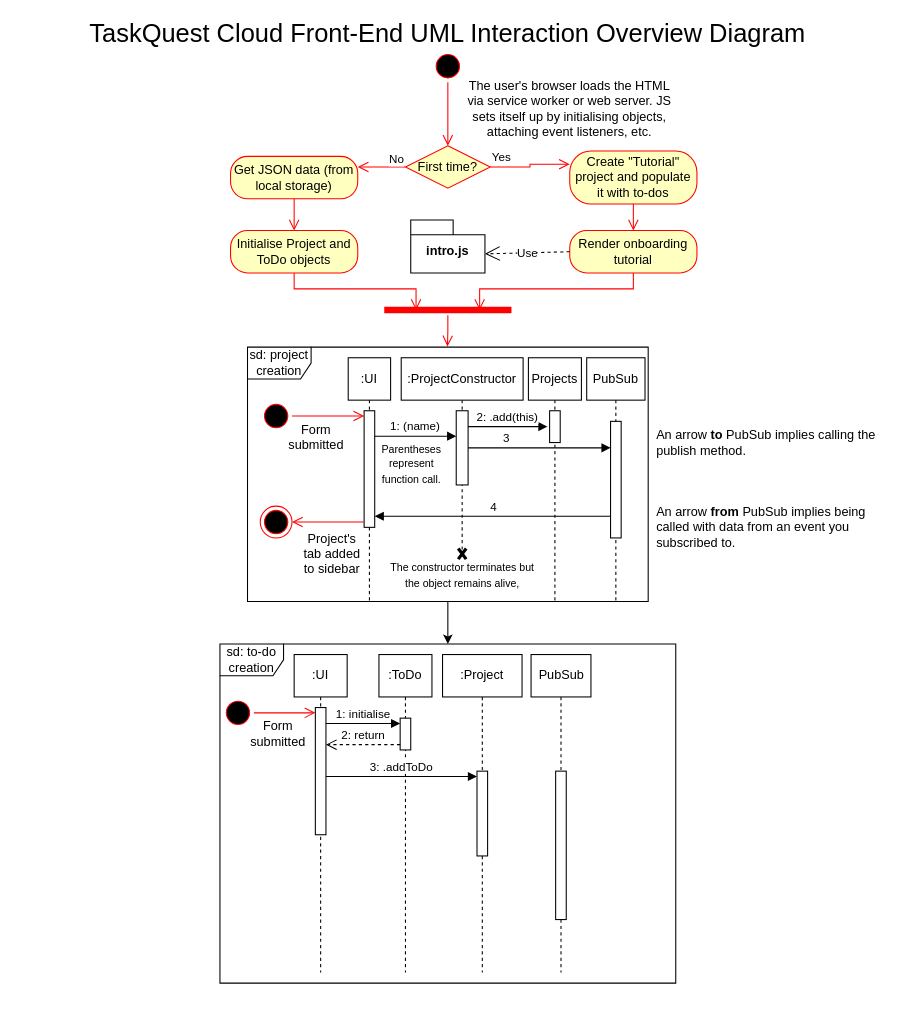
Earlier version of the draw.io diagram TaskQuest-Cloud-UML-Interaction-Overview-Diagram.drawio (Ariel-Mutebi/Denarius). Source tidied: cells renumbered, new cells numbered last; positions are measured from the earlier drawing's top-left corner, leaving out a move shared by most shapes. Both pictures are drawn from the tidied source at 106%, with x=0, y=0 at pixel (82, 18).
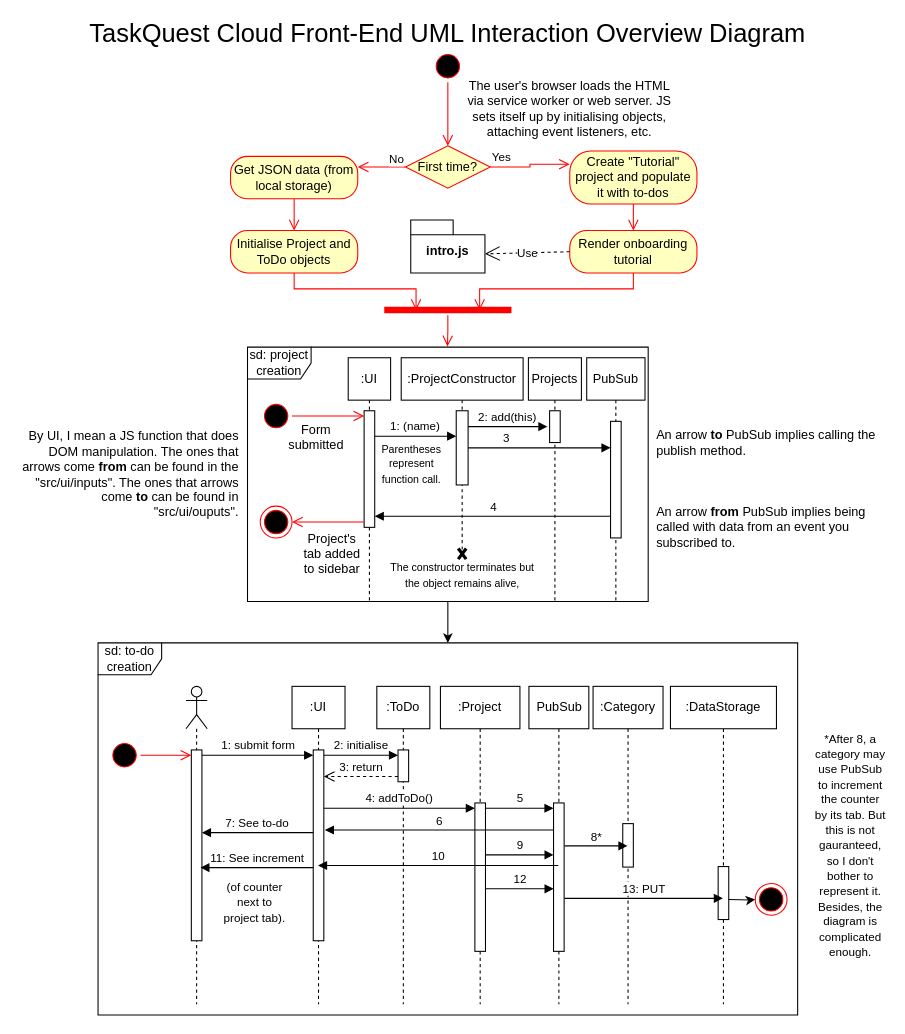
After the change.

Commit message (it also covers changes not shown here):
to-do creation sequence diagram (added to interaction diagram)

The change refers to these unchanged cells:
```xml
<mxCell id="27" style="html=1;points=[[0,0,0,0,5],[0,1,0,0,-5],[1,0,0,0,5],[1,1,0,0,-5]];perimeter=orthogonalPerimeter;outlineConnect=0;targetShapes=umlLifeline;portConstraint=eastwest;newEdgeStyle={&quot;curved&quot;:0,&quot;rounded&quot;:0};" parent="26" vertex="1">
  <mxGeometry x="51.9" y="50" width="11.2" height="70" as="geometry" />
</mxCell>
<mxCell id="33" style="html=1;points=[[0,0,0,0,5],[0,1,0,0,-5],[1,0,0,0,5],[1,1,0,0,-5]];perimeter=orthogonalPerimeter;outlineConnect=0;targetShapes=umlLifeline;portConstraint=eastwest;newEdgeStyle={&quot;curved&quot;:0,&quot;rounded&quot;:0};" parent="32" vertex="1">
  <mxGeometry x="20" y="50" width="10" height="30" as="geometry" />
</mxCell>
<mxCell id="48" style="html=1;points=[[0,0,0,0,5],[0,1,0,0,-5],[1,0,0,0,5],[1,1,0,0,-5]];perimeter=orthogonalPerimeter;outlineConnect=0;targetShapes=umlLifeline;portConstraint=eastwest;newEdgeStyle={&quot;curved&quot;:0,&quot;rounded&quot;:0};" parent="47" vertex="1">
  <mxGeometry x="20" y="60" width="10" height="30" as="geometry" />
</mxCell>
<mxCell id="58" style="html=1;points=[[0,0,0,0,5],[0,1,0,0,-5],[1,0,0,0,5],[1,1,0,0,-5]];perimeter=orthogonalPerimeter;outlineConnect=0;targetShapes=umlLifeline;portConstraint=eastwest;newEdgeStyle={&quot;curved&quot;:0,&quot;rounded&quot;:0};" parent="57" vertex="1">
  <mxGeometry x="23.2" y="110" width="10" height="140" as="geometry" />
</mxCell>
```

Change to the diagram source:
```diff
@@
-    <mxCell id="34" value="2: .add(this)" style="html=1;verticalAlign=bottom;endArrow=block;curved=0;rounded=0;entryX=-0.2;entryY=0.5;entryDx=0;entryDy=0;entryPerimeter=0;" parent="1" edge="1" source="27" target="33">
+    <mxCell id="34" value="2: add(this)" style="html=1;verticalAlign=bottom;endArrow=block;curved=0;rounded=0;entryX=-0.2;entryY=0.5;entryDx=0;entryDy=0;entryPerimeter=0;" parent="1" edge="1" source="27" target="33">
       <mxGeometry relative="1" as="geometry" />
     </mxCell>
@@
     <mxCell id="41" value="sd: to-do creation" style="shape=umlFrame;whiteSpace=wrap;html=1;" parent="1" vertex="1">
-      <mxGeometry x="130" y="590" width="430" height="320" as="geometry" />
+      <mxGeometry x="15" y="589" width="660" height="351" as="geometry" />
     </mxCell>
-    <mxCell id="42" style="ellipse;html=1;shape=startState;fillColor=#000000;strokeColor=#ff0000;" parent="1" vertex="1">
-      <mxGeometry x="132" y="640" width="30" height="30" as="geometry" />
-    </mxCell>
-    <mxCell id="43" style="edgeStyle=orthogonalEdgeStyle;html=1;verticalAlign=bottom;endArrow=open;endSize=8;strokeColor=#ff0000;rounded=0;entryX=0;entryY=0;entryDx=0;entryDy=5;entryPerimeter=0;" parent="1" edge="1" source="42" target="45">
-      <mxGeometry relative="1" as="geometry" />
-    </mxCell>
     <mxCell id="44" value=":UI" style="shape=umlLifeline;perimeter=lifelinePerimeter;whiteSpace=wrap;html=1;newEdgeStyle={&quot;curved&quot;:0,&quot;rounded&quot;:0};" parent="1" vertex="1">
-      <mxGeometry x="200" y="600" width="50" height="300" as="geometry" />
+      <mxGeometry x="198" y="630" width="50" height="300" as="geometry" />
     </mxCell>
     <mxCell id="45" style="html=1;points=[[0,0,0,0,5],[0,1,0,0,-5],[1,0,0,0,5],[1,1,0,0,-5]];perimeter=orthogonalPerimeter;outlineConnect=0;targetShapes=umlLifeline;portConstraint=eastwest;newEdgeStyle={&quot;curved&quot;:0,&quot;rounded&quot;:0};" parent="44" vertex="1">
-      <mxGeometry x="20" y="50" width="10" height="120" as="geometry" />
+      <mxGeometry x="20" y="60" width="10" height="180" as="geometry" />
     </mxCell>
-    <mxCell id="46" value="Form submitted" style="text;html=1;align=center;verticalAlign=middle;whiteSpace=wrap;rounded=0;" parent="1" vertex="1">
-      <mxGeometry x="155" y="660" width="60" height="30" as="geometry" />
-    </mxCell>
     <mxCell id="47" value=":ToDo" style="shape=umlLifeline;perimeter=lifelinePerimeter;whiteSpace=wrap;html=1;newEdgeStyle={&quot;curved&quot;:0,&quot;rounded&quot;:0};" parent="1" vertex="1">
-      <mxGeometry x="280" y="600" width="50" height="300" as="geometry" />
+      <mxGeometry x="278" y="630" width="50" height="300" as="geometry" />
     </mxCell>
@@
-    <mxCell id="49" value="1: initialise" style="html=1;verticalAlign=bottom;endArrow=block;curved=0;rounded=0;entryX=0;entryY=0;entryDx=0;entryDy=5;" parent="1" edge="1" source="45" target="48">
+    <mxCell id="49" value="2: initialise" style="html=1;verticalAlign=bottom;endArrow=block;curved=0;rounded=0;entryX=0;entryY=0;entryDx=0;entryDy=5;" parent="1" edge="1" source="45" target="48">
       <mxGeometry relative="1" as="geometry" />
     </mxCell>
-    <mxCell id="50" value="2: return" style="html=1;verticalAlign=bottom;endArrow=open;dashed=1;endSize=8;curved=0;rounded=0;exitX=0;exitY=1;exitDx=0;exitDy=-5;exitPerimeter=0;" parent="1" edge="1" source="48" target="45">
+    <mxCell id="50" value="3: return" style="html=1;verticalAlign=bottom;endArrow=open;dashed=1;endSize=8;curved=0;rounded=0;exitX=0;exitY=1;exitDx=0;exitDy=-5;exitPerimeter=0;" parent="1" edge="1" source="48" target="45">
       <mxGeometry relative="1" as="geometry" />
     </mxCell>
     <mxCell id="51" value=":Project" style="shape=umlLifeline;perimeter=lifelinePerimeter;whiteSpace=wrap;html=1;newEdgeStyle={&quot;curved&quot;:0,&quot;rounded&quot;:0};" parent="1" vertex="1">
-      <mxGeometry x="340" y="600" width="75" height="300" as="geometry" />
+      <mxGeometry x="338" y="630" width="75" height="300" as="geometry" />
     </mxCell>
     <mxCell id="52" style="html=1;points=[[0,0,0,0,5],[0,1,0,0,-5],[1,0,0,0,5],[1,1,0,0,-5]];perimeter=orthogonalPerimeter;outlineConnect=0;targetShapes=umlLifeline;portConstraint=eastwest;newEdgeStyle={&quot;curved&quot;:0,&quot;rounded&quot;:0};" parent="51" vertex="1">
-      <mxGeometry x="32.5" y="110" width="10" height="80" as="geometry" />
+      <mxGeometry x="32.5" y="110" width="10" height="140" as="geometry" />
     </mxCell>
-    <mxCell id="53" value="3: .addToDo" style="html=1;verticalAlign=bottom;endArrow=block;curved=0;rounded=0;entryX=0;entryY=0;entryDx=0;entryDy=5;entryPerimeter=0;" parent="1" edge="1" source="45" target="52">
+    <mxCell id="53" value="4: addToDo()" style="html=1;verticalAlign=bottom;endArrow=block;curved=0;rounded=0;entryX=0;entryY=0;entryDx=0;entryDy=5;entryPerimeter=0;" parent="1" edge="1" source="45" target="52">
       <mxGeometry relative="1" as="geometry" />
     </mxCell>
@@
     <mxCell id="57" value="PubSub" style="shape=umlLifeline;perimeter=lifelinePerimeter;whiteSpace=wrap;html=1;newEdgeStyle={&quot;curved&quot;:0,&quot;rounded&quot;:0};" parent="1" vertex="1">
-      <mxGeometry x="423.5" y="600" width="56.5" height="300" as="geometry" />
+      <mxGeometry x="421.5" y="630" width="56.5" height="300" as="geometry" />
     </mxCell>
@@
+    <mxCell id="61" style="shape=umlLifeline;perimeter=lifelinePerimeter;whiteSpace=wrap;html=1;newEdgeStyle={&quot;curved&quot;:0,&quot;rounded&quot;:0};participant=umlActor;" parent="1" vertex="1">
+      <mxGeometry x="98" y="630" width="20" height="300" as="geometry" />
+    </mxCell>
+    <mxCell id="62" style="html=1;points=[[0,0,0,0,5],[0,1,0,0,-5],[1,0,0,0,5],[1,1,0,0,-5]];perimeter=orthogonalPerimeter;outlineConnect=0;targetShapes=umlLifeline;portConstraint=eastwest;newEdgeStyle={&quot;curved&quot;:0,&quot;rounded&quot;:0};" parent="61" vertex="1">
+      <mxGeometry x="5" y="60" width="10" height="180" as="geometry" />
+    </mxCell>
+    <mxCell id="63" value="1: submit form" style="html=1;verticalAlign=bottom;endArrow=block;curved=0;rounded=0;exitX=1;exitY=0;exitDx=0;exitDy=5;exitPerimeter=0;entryX=0;entryY=0;entryDx=0;entryDy=5;entryPerimeter=0;" parent="1" edge="1" source="62" target="45">
+      <mxGeometry relative="1" as="geometry" />
+    </mxCell>
+    <mxCell id="64" value="5" style="html=1;verticalAlign=bottom;endArrow=block;curved=0;rounded=0;exitX=1;exitY=0;exitDx=0;exitDy=5;exitPerimeter=0;entryX=0;entryY=0;entryDx=0;entryDy=5;entryPerimeter=0;" parent="1" edge="1" source="52" target="58">
+      <mxGeometry relative="1" as="geometry" />
+    </mxCell>
+    <mxCell id="65" value="By UI, I mean a JS function that does DOM manipulation. The ones that arrows come &lt;b&gt;from&lt;/b&gt; can be found in the &quot;src/ui/inputs&quot;. The ones that arrows come &lt;b&gt;to&lt;/b&gt;&amp;nbsp;can be found in &quot;src/ui/ouputs&quot;." style="text;html=1;align=right;verticalAlign=middle;whiteSpace=wrap;rounded=0;" parent="1" vertex="1">
+      <mxGeometry x="-60" y="375" width="210" height="110" as="geometry" />
+    </mxCell>
+    <mxCell id="66" value="6" style="html=1;verticalAlign=bottom;endArrow=block;curved=0;rounded=0;" parent="1" edge="1">
+      <mxGeometry relative="1" as="geometry">
+        <mxPoint x="444.8" y="765.5" as="sourcePoint" />
+        <mxPoint x="229" y="765.5" as="targetPoint" />
+      </mxGeometry>
+    </mxCell>
+    <mxCell id="67" value="9" style="html=1;verticalAlign=bottom;endArrow=block;curved=0;rounded=0;exitX=1;exitY=1;exitDx=0;exitDy=-5;exitPerimeter=0;" parent="1" edge="1">
+      <mxGeometry relative="1" as="geometry">
+        <mxPoint x="380.5" y="789" as="sourcePoint" />
+        <mxPoint x="444.8" y="789" as="targetPoint" />
+      </mxGeometry>
+    </mxCell>
+    <mxCell id="68" value="10" style="html=1;verticalAlign=bottom;endArrow=block;curved=0;rounded=0;" parent="1" edge="1">
+      <mxGeometry relative="1" as="geometry">
+        <mxPoint x="449.2" y="799" as="sourcePoint" />
+        <mxPoint x="222.5" y="799" as="targetPoint" />
+      </mxGeometry>
+    </mxCell>
+    <mxCell id="69" value="7: See to-do" style="html=1;verticalAlign=bottom;endArrow=block;curved=0;rounded=0;" parent="1" edge="1">
+      <mxGeometry relative="1" as="geometry">
+        <mxPoint x="218" y="768" as="sourcePoint" />
+        <mxPoint x="113" y="768" as="targetPoint" />
+      </mxGeometry>
+    </mxCell>
+    <mxCell id="70" value="11: See increment" style="html=1;verticalAlign=bottom;endArrow=block;curved=0;rounded=0;" parent="1" edge="1">
+      <mxGeometry relative="1" as="geometry">
+        <mxPoint x="218" y="801" as="sourcePoint" />
+        <mxPoint x="111.5" y="801" as="targetPoint" />
+      </mxGeometry>
+    </mxCell>
+    <mxCell id="71" value="&lt;font style=&quot;font-size: 11px;&quot;&gt;(of counter next to project tab).&lt;/font&gt;" style="text;html=1;align=center;verticalAlign=middle;whiteSpace=wrap;rounded=0;" parent="1" vertex="1">
+      <mxGeometry x="128" y="809" width="70" height="50" as="geometry" />
+    </mxCell>
+    <mxCell id="72" value=":Category" style="shape=umlLifeline;perimeter=lifelinePerimeter;whiteSpace=wrap;html=1;newEdgeStyle={&quot;curved&quot;:0,&quot;rounded&quot;:0};" parent="1" vertex="1">
+      <mxGeometry x="482" y="630" width="66" height="300" as="geometry" />
+    </mxCell>
+    <mxCell id="73" style="html=1;perimeter=orthogonalPerimeter;targetShapes=umlLifeline;newEdgeStyle={&quot;curved&quot;:0,&quot;rounded&quot;:0};" parent="72" vertex="1">
+      <mxGeometry x="28" y="129.5" width="10" height="41" as="geometry" />
+    </mxCell>
+    <mxCell id="74" value="8*" style="html=1;verticalAlign=bottom;endArrow=block;curved=0;rounded=0;" parent="1" edge="1">
+      <mxGeometry relative="1" as="geometry">
+        <mxPoint x="455" y="780.5" as="sourcePoint" />
+        <mxPoint x="514.5" y="780.5" as="targetPoint" />
+      </mxGeometry>
+    </mxCell>
+    <mxCell id="75" value="&lt;font style=&quot;font-size: 11px;&quot;&gt;*After 8, a category may use PubSub to increment the counter by its tab. But this is not gauranteed, so I don't bother to represent it. Besides, the diagram is complicated enough.&lt;/font&gt;" style="text;html=1;align=center;verticalAlign=middle;whiteSpace=wrap;rounded=0;" parent="1" vertex="1">
+      <mxGeometry x="690" y="667" width="70" height="226" as="geometry" />
+    </mxCell>
+    <mxCell id="76" value="12" style="html=1;verticalAlign=bottom;endArrow=block;curved=0;rounded=0;" parent="1" edge="1">
+      <mxGeometry relative="1" as="geometry">
+        <mxPoint x="380.5" y="821" as="sourcePoint" />
+        <mxPoint x="444.8" y="821" as="targetPoint" />
+      </mxGeometry>
+    </mxCell>
+    <mxCell id="77" value=":DataStorage" style="shape=umlLifeline;perimeter=lifelinePerimeter;whiteSpace=wrap;html=1;newEdgeStyle={&quot;curved&quot;:0,&quot;rounded&quot;:0};" parent="1" vertex="1">
+      <mxGeometry x="555" y="630" width="100" height="300" as="geometry" />
+    </mxCell>
+    <mxCell id="78" style="html=1;perimeter=orthogonalPerimeter;targetShapes=umlLifeline;newEdgeStyle={&quot;curved&quot;:0,&quot;rounded&quot;:0};" parent="77" vertex="1">
+      <mxGeometry x="45" y="170" width="10" height="50" as="geometry" />
+    </mxCell>
+    <mxCell id="79" value="13: PUT" style="html=1;verticalAlign=bottom;endArrow=block;curved=0;rounded=0;" parent="1" edge="1">
+      <mxGeometry relative="1" as="geometry">
+        <mxPoint x="455" y="830" as="sourcePoint" />
+        <mxPoint x="604.5" y="830" as="targetPoint" />
+      </mxGeometry>
+    </mxCell>
+    <mxCell id="80" style="ellipse;html=1;shape=startState;fillColor=#000000;strokeColor=#ff0000;" parent="1" vertex="1">
+      <mxGeometry x="25" y="680" width="30" height="30" as="geometry" />
+    </mxCell>
+    <mxCell id="81" style="edgeStyle=orthogonalEdgeStyle;html=1;verticalAlign=bottom;endArrow=open;endSize=8;strokeColor=#ff0000;rounded=0;entryX=0;entryY=0;entryDx=0;entryDy=5;entryPerimeter=0;" parent="1" edge="1" source="80" target="62">
+      <mxGeometry relative="1" as="geometry" />
+    </mxCell>
+    <mxCell id="82" style="ellipse;html=1;shape=endState;fillColor=#000000;strokeColor=#ff0000;" parent="1" vertex="1">
+      <mxGeometry x="635" y="816" width="30" height="30" as="geometry" />
+    </mxCell>
+    <mxCell id="83" style="edgeStyle=orthogonalEdgeStyle;rounded=0;jettySize=auto;html=1;curved=0;" parent="1" edge="1" target="82">
+      <mxGeometry relative="1" as="geometry">
+        <mxPoint x="610" y="831" as="sourcePoint" />
+      </mxGeometry>
+    </mxCell>
```
